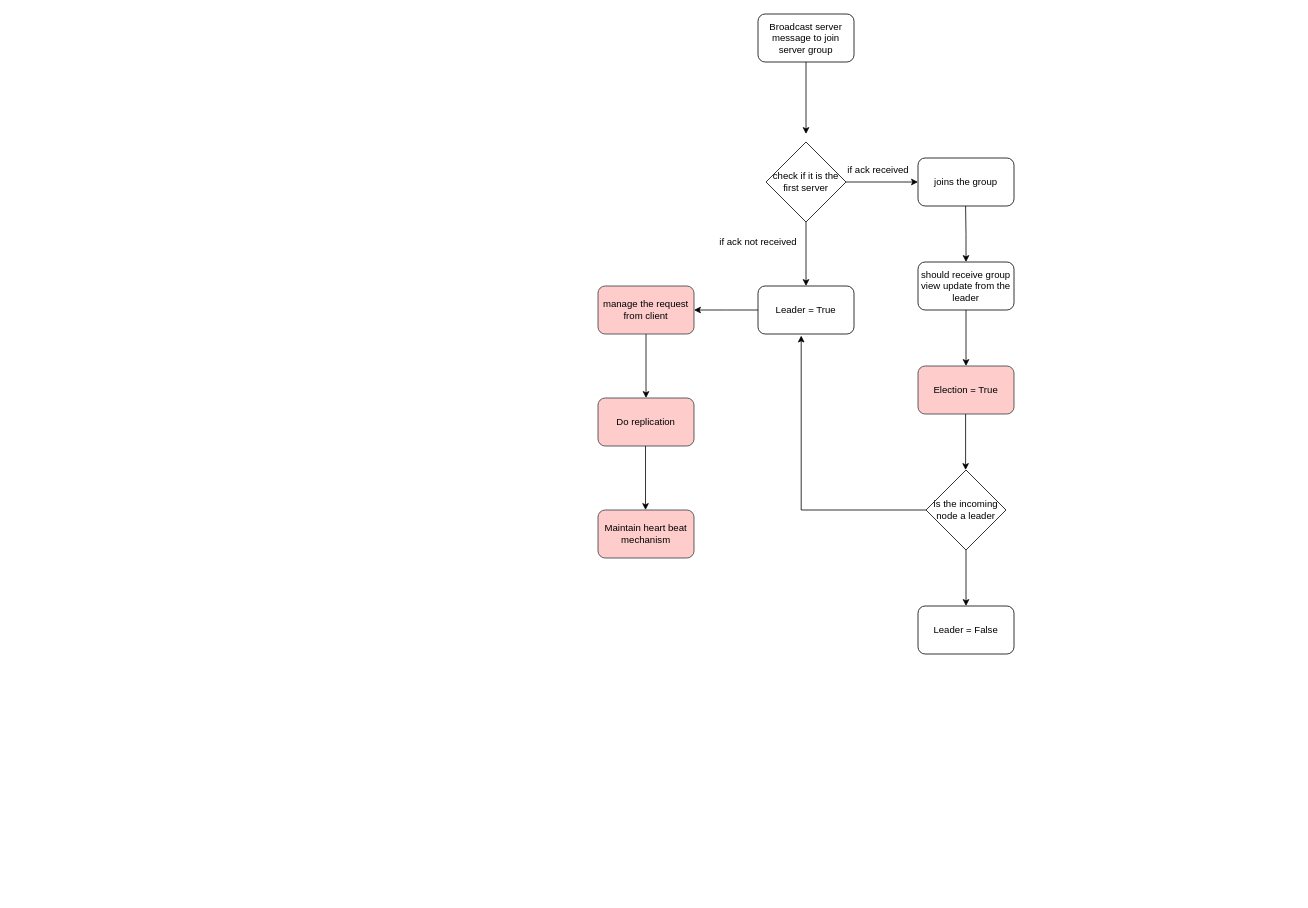
Earlier version of the draw.io diagram Server_Algorithm.drawio (Bekal-Ramnath-Rao/Distributed_System_Team12). Source tidied: cells renumbered, new cells numbered last; positions are measured from the earlier drawing's top-left corner, leaving out a move shared by most shapes. Both pictures are drawn from the tidied source at 80%, with x=0, y=0 at pixel (598, 14).
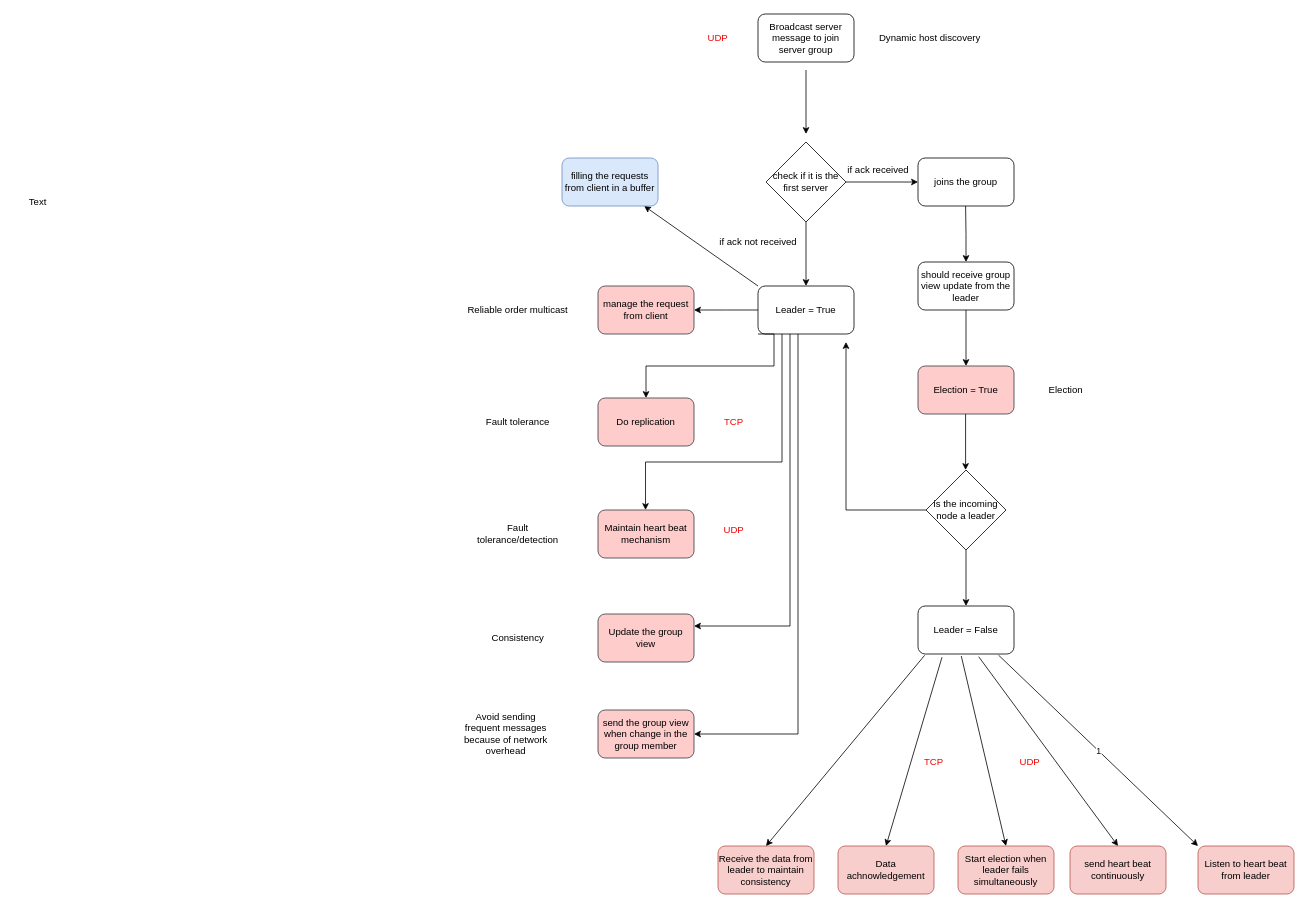
The same page after the edit.

The change refers to these unchanged cells:
```xml
<mxCell id="6" value="Broadcast server message to join server group" style="rounded=1;whiteSpace=wrap;html=1;" parent="1" vertex="1">
  <mxGeometry x="200" width="120" height="60" as="geometry" />
</mxCell>
<mxCell id="10" value="Leader = True" style="rounded=1;whiteSpace=wrap;html=1;" parent="1" vertex="1">
  <mxGeometry x="200" y="340" width="120" height="60" as="geometry" />
</mxCell>
<mxCell id="18" value="is the incoming node a leader" style="rhombus;whiteSpace=wrap;html=1;" parent="1" vertex="1">
  <mxGeometry x="410" y="570" width="100" height="100" as="geometry" />
</mxCell>
<mxCell id="19" value="Leader = False" style="rounded=1;whiteSpace=wrap;html=1;" parent="1" vertex="1">
  <mxGeometry x="400" y="740" width="120" height="60" as="geometry" />
</mxCell>
<mxCell id="22" value="manage the request from client" style="rounded=1;whiteSpace=wrap;html=1;fillColor=#ffcccc;strokeColor=#36393d;" parent="1" vertex="1">
  <mxGeometry y="340" width="120" height="60" as="geometry" />
</mxCell>
```

The edit, as a diff of the source:
```diff
@@
-    <mxCell id="5" style="edgeStyle=orthogonalEdgeStyle;rounded=0;jettySize=auto;html=1;" parent="1" edge="1" source="6">
+    <mxCell id="5" style="edgeStyle=orthogonalEdgeStyle;rounded=0;orthogonalLoop=1;jettySize=auto;html=1;" parent="1" edge="1">
       <mxGeometry relative="1" as="geometry">
+        <mxPoint x="260" y="70" as="sourcePoint" />
         <mxPoint x="260" y="150" as="targetPoint" />
       </mxGeometry>
     </mxCell>
@@
+    <mxCell id="26" style="edgeStyle=orthogonalEdgeStyle;rounded=0;jettySize=auto;html=1;entryX=1;entryY=0.25;entryDx=0;entryDy=0;" parent="1" edge="1" source="10" target="28">
+      <mxGeometry relative="1" as="geometry">
+        <Array as="points">
+          <mxPoint x="240" y="765" />
+        </Array>
+      </mxGeometry>
+    </mxCell>
+    <mxCell id="27" style="edgeStyle=orthogonalEdgeStyle;rounded=0;jettySize=auto;html=1;entryX=1;entryY=0.5;entryDx=0;entryDy=0;" parent="1" edge="1" source="10" target="29">
+      <mxGeometry relative="1" as="geometry">
+        <Array as="points">
+          <mxPoint x="250" y="900" />
+        </Array>
+      </mxGeometry>
+    </mxCell>
@@
-    <mxCell id="20" style="edgeStyle=orthogonalEdgeStyle;rounded=0;jettySize=auto;html=1;entryX=0.45;entryY=1.033;entryDx=0;entryDy=0;entryPerimeter=0;" parent="1" edge="1" source="18" target="10">
-      <mxGeometry relative="1" as="geometry" />
+    <mxCell id="20" style="edgeStyle=orthogonalEdgeStyle;rounded=0;jettySize=auto;html=1;" parent="1" edge="1" source="18">
+      <mxGeometry relative="1" as="geometry">
+        <mxPoint x="310" y="410" as="targetPoint" />
+        <Array as="points">
+          <mxPoint x="310" y="620" />
+        </Array>
+      </mxGeometry>
     </mxCell>
-    <mxCell id="21" style="edgeStyle=orthogonalEdgeStyle;rounded=0;jettySize=auto;html=1;" parent="1" edge="1" source="22">
+    <mxCell id="21" style="edgeStyle=orthogonalEdgeStyle;rounded=0;jettySize=auto;html=1;exitX=0;exitY=1;exitDx=0;exitDy=0;" parent="1" edge="1" source="10">
       <mxGeometry relative="1" as="geometry">
         <mxPoint x="60" y="480" as="targetPoint" />
+        <Array as="points">
+          <mxPoint x="220" y="400" />
+          <mxPoint x="220" y="440" />
+          <mxPoint x="60" y="440" />
+        </Array>
       </mxGeometry>
     </mxCell>
@@
-    <mxCell id="25" style="edgeStyle=orthogonalEdgeStyle;rounded=0;orthogonalLoop=1;jettySize=auto;html=1;" parent="1" edge="1">
+    <mxCell id="25" style="edgeStyle=orthogonalEdgeStyle;rounded=0;jettySize=auto;html=1;exitX=0.25;exitY=1;exitDx=0;exitDy=0;" parent="1" edge="1" source="10">
       <mxGeometry relative="1" as="geometry">
-        <mxPoint x="59.4" y="540" as="sourcePoint" />
         <mxPoint x="59.4" y="620" as="targetPoint" />
+        <Array as="points">
+          <mxPoint x="230" y="560" />
+          <mxPoint x="59" y="560" />
+        </Array>
       </mxGeometry>
     </mxCell>
+    <mxCell id="28" value="Update the group view" style="rounded=1;whiteSpace=wrap;html=1;fillColor=#ffcccc;strokeColor=#36393d;" parent="1" vertex="1">
+      <mxGeometry y="750" width="120" height="60" as="geometry" />
+    </mxCell>
+    <mxCell id="29" value="send the group view when change in the group member" style="rounded=1;whiteSpace=wrap;html=1;fillColor=#ffcccc;strokeColor=#36393d;" parent="1" vertex="1">
+      <mxGeometry y="870" width="120" height="60" as="geometry" />
+    </mxCell>
+    <mxCell id="30" value="Avoid sending frequent messages because of network overhead" style="text;html=1;align=center;verticalAlign=middle;whiteSpace=wrap;rounded=0;" parent="1" vertex="1">
+      <mxGeometry x="-170" y="885" width="110" height="30" as="geometry" />
+    </mxCell>
+    <mxCell id="31" value="Reliable order multicast" style="text;html=1;align=center;verticalAlign=middle;whiteSpace=wrap;rounded=0;" parent="1" vertex="1">
+      <mxGeometry x="-200" y="355" width="200" height="30" as="geometry" />
+    </mxCell>
+    <mxCell id="32" value="Fault tolerance" style="text;html=1;align=center;verticalAlign=middle;whiteSpace=wrap;rounded=0;" parent="1" vertex="1">
+      <mxGeometry x="-155" y="495" width="110" height="30" as="geometry" />
+    </mxCell>
+    <mxCell id="33" value="Fault tolerance/detection" style="text;html=1;align=center;verticalAlign=middle;whiteSpace=wrap;rounded=0;" parent="1" vertex="1">
+      <mxGeometry x="-155" y="635" width="110" height="30" as="geometry" />
+    </mxCell>
+    <mxCell id="34" value="Election" style="text;html=1;align=center;verticalAlign=middle;whiteSpace=wrap;rounded=0;" parent="1" vertex="1">
+      <mxGeometry x="530" y="455" width="110" height="30" as="geometry" />
+    </mxCell>
+    <mxCell id="35" value="Consistency" style="text;html=1;align=center;verticalAlign=middle;whiteSpace=wrap;rounded=0;" parent="1" vertex="1">
+      <mxGeometry x="-130" y="765" width="60" height="30" as="geometry" />
+    </mxCell>
+    <mxCell id="36" value="Dynamic host discovery" style="text;html=1;align=center;verticalAlign=middle;whiteSpace=wrap;rounded=0;" parent="1" vertex="1">
+      <mxGeometry x="350" y="15" width="130" height="30" as="geometry" />
+    </mxCell>
+    <mxCell id="37" value="Text" style="text;html=1;align=center;verticalAlign=middle;whiteSpace=wrap;rounded=0;" parent="1" vertex="1">
+      <mxGeometry x="-730" y="220" width="60" height="30" as="geometry" />
+    </mxCell>
+    <mxCell id="38" value="Receive the data from leader to maintain consistency" style="rounded=1;whiteSpace=wrap;html=1;fillColor=#f8cecc;strokeColor=#b85450;" parent="1" vertex="1">
+      <mxGeometry x="150" y="1040" width="120" height="60" as="geometry" />
+    </mxCell>
+    <mxCell id="39" value="send heart beat continuously" style="rounded=1;whiteSpace=wrap;html=1;fillColor=#f8cecc;strokeColor=#b85450;" parent="1" vertex="1">
+      <mxGeometry x="590" y="1040" width="120" height="60" as="geometry" />
+    </mxCell>
+    <mxCell id="40" value="Listen to heart beat from leader" style="rounded=1;whiteSpace=wrap;html=1;fillColor=#f8cecc;strokeColor=#b85450;" parent="1" vertex="1">
+      <mxGeometry x="750" y="1040" width="120" height="60" as="geometry" />
+    </mxCell>
+    <mxCell id="41" style="endArrow=classic;html=1;rounded=0;entryX=0.5;entryY=0;entryDx=0;entryDy=0;exitX=0.069;exitY=1.028;exitDx=0;exitDy=0;exitPerimeter=0;" parent="1" edge="1" source="19" target="38">
+      <mxGeometry relative="1" as="geometry" />
+    </mxCell>
+    <mxCell id="42" style="endArrow=classic;html=1;rounded=0;entryX=0.5;entryY=0;entryDx=0;entryDy=0;exitX=0.632;exitY=1.056;exitDx=0;exitDy=0;exitPerimeter=0;" parent="1" edge="1" source="19" target="39">
+      <mxGeometry relative="1" as="geometry" />
+    </mxCell>
+    <mxCell id="43" value="1" style="endArrow=classic;html=1;rounded=0;entryX=0;entryY=0;entryDx=0;entryDy=0;exitX=0.839;exitY=1.024;exitDx=0;exitDy=0;exitPerimeter=0;" parent="1" edge="1" source="19" target="40">
+      <mxGeometry relative="1" as="geometry" />
+    </mxCell>
+    <mxCell id="44" value="Start election when leader fails simultaneously" style="rounded=1;whiteSpace=wrap;html=1;fillColor=#f8cecc;strokeColor=#b85450;" parent="1" vertex="1">
+      <mxGeometry x="450" y="1040" width="120" height="60" as="geometry" />
+    </mxCell>
+    <mxCell id="45" style="endArrow=classic;html=1;rounded=0;entryX=0.5;entryY=0;entryDx=0;entryDy=0;exitX=0.451;exitY=1.042;exitDx=0;exitDy=0;exitPerimeter=0;" parent="1" edge="1" source="19" target="44">
+      <mxGeometry relative="1" as="geometry" />
+    </mxCell>
+    <mxCell id="46" value="&lt;font color=&quot;#f00505&quot;&gt;UDP&lt;/font&gt;" style="text;html=1;align=center;verticalAlign=middle;whiteSpace=wrap;rounded=0;" parent="1" vertex="1">
+      <mxGeometry x="120" y="15" width="60" height="30" as="geometry" />
+    </mxCell>
+    <mxCell id="47" value="&lt;font color=&quot;#f00505&quot;&gt;TCP&lt;/font&gt;" style="text;html=1;align=center;verticalAlign=middle;whiteSpace=wrap;rounded=0;" parent="1" vertex="1">
+      <mxGeometry x="140" y="495" width="60" height="30" as="geometry" />
+    </mxCell>
+    <mxCell id="48" value="&lt;font color=&quot;#f00505&quot;&gt;UDP&lt;/font&gt;" style="text;html=1;align=center;verticalAlign=middle;whiteSpace=wrap;rounded=0;" parent="1" vertex="1">
+      <mxGeometry x="140" y="630" width="60" height="30" as="geometry" />
+    </mxCell>
+    <mxCell id="49" style="endArrow=classic;html=1;rounded=0;exitX=0;exitY=0;exitDx=0;exitDy=0;" parent="1" edge="1" source="10" target="50">
+      <mxGeometry relative="1" as="geometry" />
+    </mxCell>
+    <mxCell id="50" value="filling the requests from client in a buffer" style="rounded=1;whiteSpace=wrap;html=1;fillColor=#dae8fc;strokeColor=#6c8ebf;" parent="1" vertex="1">
+      <mxGeometry x="-45" y="180" width="120" height="60" as="geometry" />
+    </mxCell>
+    <mxCell id="51" style="endArrow=classic;html=1;rounded=0;entryX=0.5;entryY=0;entryDx=0;entryDy=0;" parent="1" edge="1" target="52">
+      <mxGeometry relative="1" as="geometry">
+        <mxPoint x="430" y="804" as="sourcePoint" />
+      </mxGeometry>
+    </mxCell>
+    <mxCell id="52" value="Data achnowledgement" style="rounded=1;whiteSpace=wrap;html=1;fillColor=#f8cecc;strokeColor=#b85450;" parent="1" vertex="1">
+      <mxGeometry x="300" y="1040" width="120" height="60" as="geometry" />
+    </mxCell>
+    <mxCell id="53" value="&lt;font color=&quot;#f00505&quot;&gt;TCP&lt;/font&gt;" style="text;html=1;align=center;verticalAlign=middle;whiteSpace=wrap;rounded=0;" parent="1" vertex="1">
+      <mxGeometry x="390" y="920" width="60" height="30" as="geometry" />
+    </mxCell>
+    <mxCell id="54" value="&lt;font color=&quot;#f00505&quot;&gt;UDP&lt;/font&gt;" style="text;html=1;align=center;verticalAlign=middle;whiteSpace=wrap;rounded=0;" parent="1" vertex="1">
+      <mxGeometry x="510" y="920" width="60" height="30" as="geometry" />
+    </mxCell>
```
